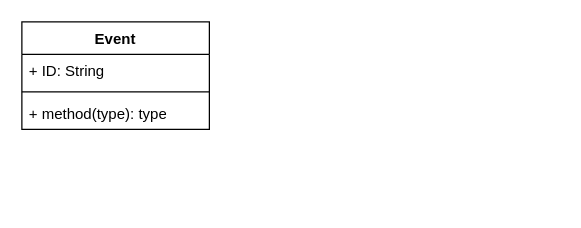
Before: diagrams/life-entities.drawio in gcaixeta/life, a draw.io diagram. Source tidied: cells renumbered, new cells numbered last; positions are measured from the earlier drawing's top-left corner, leaving out a move shared by most shapes. Both pictures are drawn from the tidied source at 125%, with x=0, y=0 at pixel (21, 21).
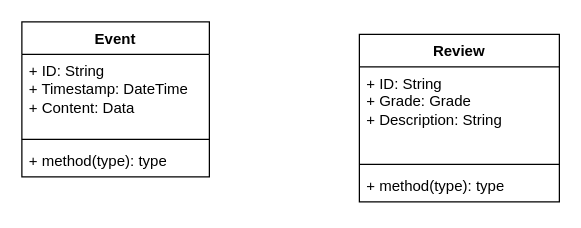
Above is the later version.

What changed in the source:
```diff
@@
 <mxGraphModel>
   <root>
     <mxCell id="0" />
     <mxCell id="1" parent="0" />
     <mxCell id="2" value="Event" style="swimlane;fontStyle=1;align=center;verticalAlign=top;horizontal=1;startSize=26;whiteSpace=wrap;html=1;" parent="1" vertex="1">
-      <mxGeometry width="150" height="86" as="geometry" />
+      <mxGeometry width="150" height="124" as="geometry" />
     </mxCell>
-    <mxCell id="3" value="+ ID: String&lt;div&gt;&lt;br&gt;&lt;/div&gt;" style="text;strokeColor=none;fillColor=none;align=left;verticalAlign=top;spacingLeft=4;spacingRight=4;overflow=hidden;whiteSpace=wrap;html=1;" parent="2" vertex="1">
-      <mxGeometry y="26" width="150" height="26" as="geometry" />
+    <mxCell id="3" value="+ ID: String&lt;div&gt;+ Timestamp: DateTime&lt;/div&gt;&lt;div&gt;+ Content: Data&lt;/div&gt;" style="text;strokeColor=none;fillColor=none;align=left;verticalAlign=top;spacingLeft=4;spacingRight=4;overflow=hidden;whiteSpace=wrap;html=1;" parent="2" vertex="1">
+      <mxGeometry y="26" width="150" height="64" as="geometry" />
     </mxCell>
     <mxCell id="4" style="line;strokeWidth=1;fillColor=none;align=left;verticalAlign=middle;spacingTop=-1;spacingLeft=3;spacingRight=3;labelPosition=right;strokeColor=inherit;" parent="2" vertex="1">
-      <mxGeometry y="52" width="150" height="8" as="geometry" />
+      <mxGeometry y="90" width="150" height="8" as="geometry" />
     </mxCell>
     <mxCell id="5" value="+ method(type): type" style="text;strokeColor=none;fillColor=none;align=left;verticalAlign=top;spacingLeft=4;spacingRight=4;overflow=hidden;whiteSpace=wrap;html=1;" parent="2" vertex="1">
-      <mxGeometry y="60" width="150" height="26" as="geometry" />
+      <mxGeometry y="98" width="150" height="26" as="geometry" />
     </mxCell>
+    <mxCell id="6" value="Review" style="swimlane;fontStyle=1;align=center;verticalAlign=top;horizontal=1;startSize=26;whiteSpace=wrap;html=1;" parent="1" vertex="1">
+      <mxGeometry x="270" y="10" width="160" height="134" as="geometry" />
+    </mxCell>
+    <mxCell id="7" value="+ ID: String&lt;div&gt;+ Grade: Grade&lt;/div&gt;&lt;div&gt;+ Description: String&lt;/div&gt;" style="text;strokeColor=none;fillColor=none;align=left;verticalAlign=top;spacingLeft=4;spacingRight=4;overflow=hidden;whiteSpace=wrap;html=1;" parent="6" vertex="1">
+      <mxGeometry y="26" width="160" height="74" as="geometry" />
+    </mxCell>
+    <mxCell id="8" style="line;strokeWidth=1;fillColor=none;align=left;verticalAlign=middle;spacingTop=-1;spacingLeft=3;spacingRight=3;labelPosition=right;strokeColor=inherit;" parent="6" vertex="1">
+      <mxGeometry y="100" width="160" height="8" as="geometry" />
+    </mxCell>
+    <mxCell id="9" value="+ method(type): type" style="text;strokeColor=none;fillColor=none;align=left;verticalAlign=top;spacingLeft=4;spacingRight=4;overflow=hidden;whiteSpace=wrap;html=1;" parent="6" vertex="1">
+      <mxGeometry y="108" width="160" height="26" as="geometry" />
+    </mxCell>
   </root>
 </mxGraphModel>
```
